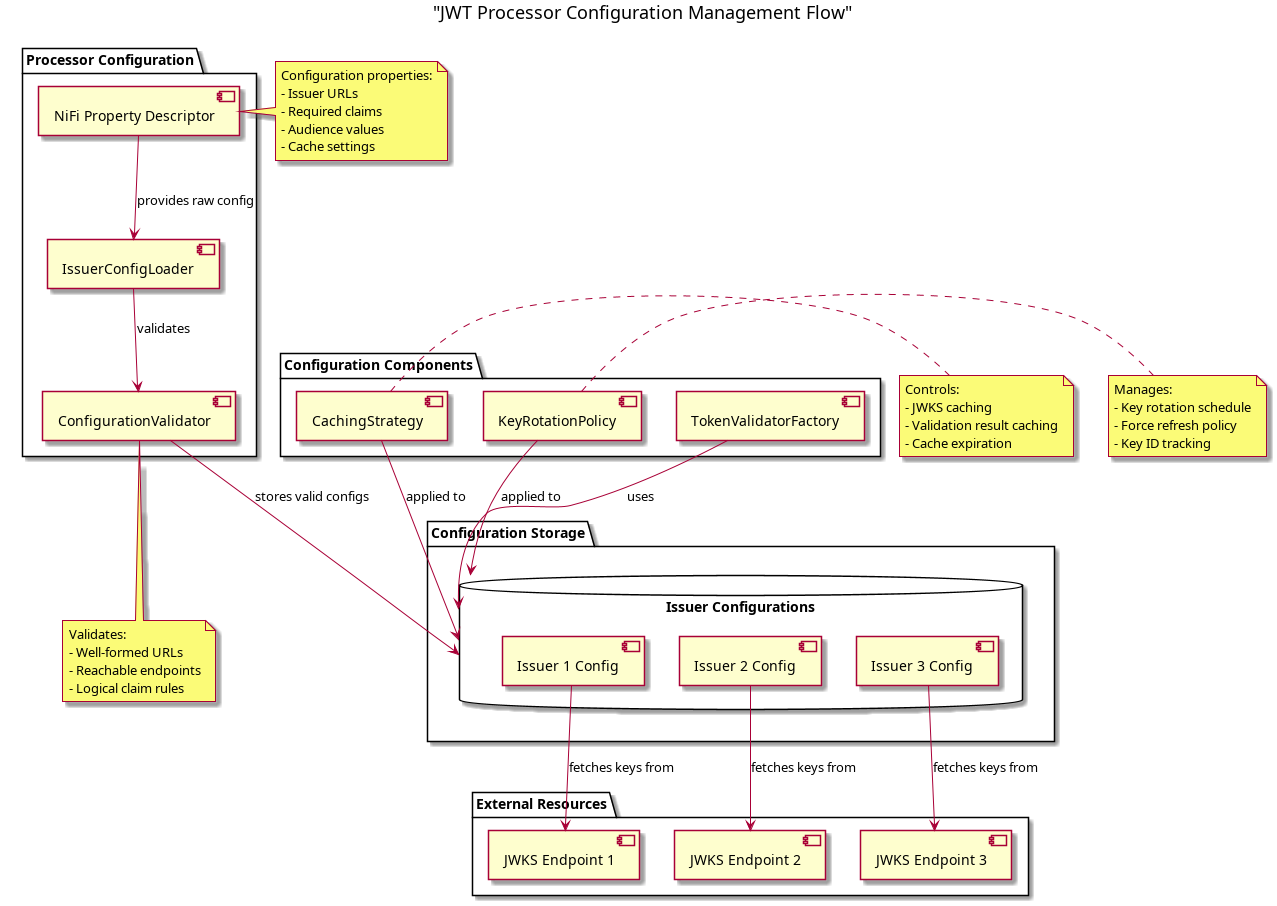
This is doc/plantuml/configuration-management.png from cuioss/nifi-extensions, a PlantUML export, as it was before one commit. Its source is kept beside it as doc/plantuml/configuration-management.puml.
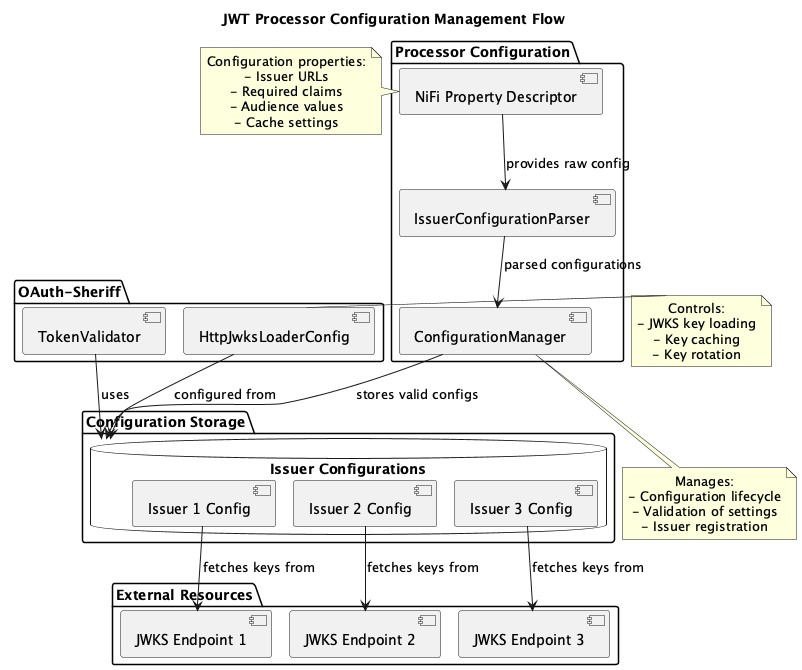
The same file after the commit.

Change to the diagram source:
```diff
@@ -1,4 +1,5 @@
 @startuml configuration-management
+!pragma layout smetana
 skinparam defaultTextAlignment center
 skinparam componentStyle uml2
 
@@ -6,8 +7,8 @@
 
 package "Processor Configuration" {
   [NiFi Property Descriptor] as properties
-  [IssuerConfigLoader] as configLoader
-  [ConfigurationValidator] as configValidator
+  [IssuerConfigurationParser] as configParser
+  [ConfigurationManager] as configManager
 }
 
 package "Configuration Storage" {
@@ -18,10 +19,9 @@
   }
 }
 
-package "Configuration Components" {
-  [TokenValidatorFactory] as validatorFactory
-  [CachingStrategy] as cachingStrategy
-  [KeyRotationPolicy] as keyRotation
+package "OAuth-Sheriff" {
+  [TokenValidator] as tokenValidator
+  [HttpJwksLoaderConfig] as jwksLoader
 }
 
 package "External Resources" {
@@ -30,12 +30,11 @@
   [JWKS Endpoint 3] as jwks3
 }
 
-properties --> configLoader : provides raw config
-configLoader --> configValidator : validates
-configValidator --> issuerConfigs : stores valid configs
-validatorFactory --> issuerConfigs : uses
-cachingStrategy --> issuerConfigs : applied to
-keyRotation --> issuerConfigs : applied to
+properties --> configParser : provides raw config
+configParser --> configManager : parsed configurations
+configManager --> issuerConfigs : stores valid configs
+tokenValidator --> issuerConfigs : uses
+jwksLoader --> issuerConfigs : configured from
 
 config1 --> jwks1 : fetches keys from
 config2 --> jwks2 : fetches keys from
@@ -49,25 +48,18 @@
   - Cache settings
 end note
 
-note bottom of configValidator
-  Validates:
-  - Well-formed URLs
-  - Reachable endpoints
-  - Logical claim rules
+note bottom of configManager
+  Manages:
+  - Configuration lifecycle
+  - Validation of settings
+  - Issuer registration
 end note
 
-note right of cachingStrategy
+note right of jwksLoader
   Controls:
-  - JWKS caching
-  - Validation result caching
-  - Cache expiration
-end note
-
-note right of keyRotation
-  Manages:
-  - Key rotation schedule
-  - Force refresh policy
-  - Key ID tracking
+  - JWKS key loading
+  - Key caching
+  - Key rotation
 end note
 
 @enduml
```
